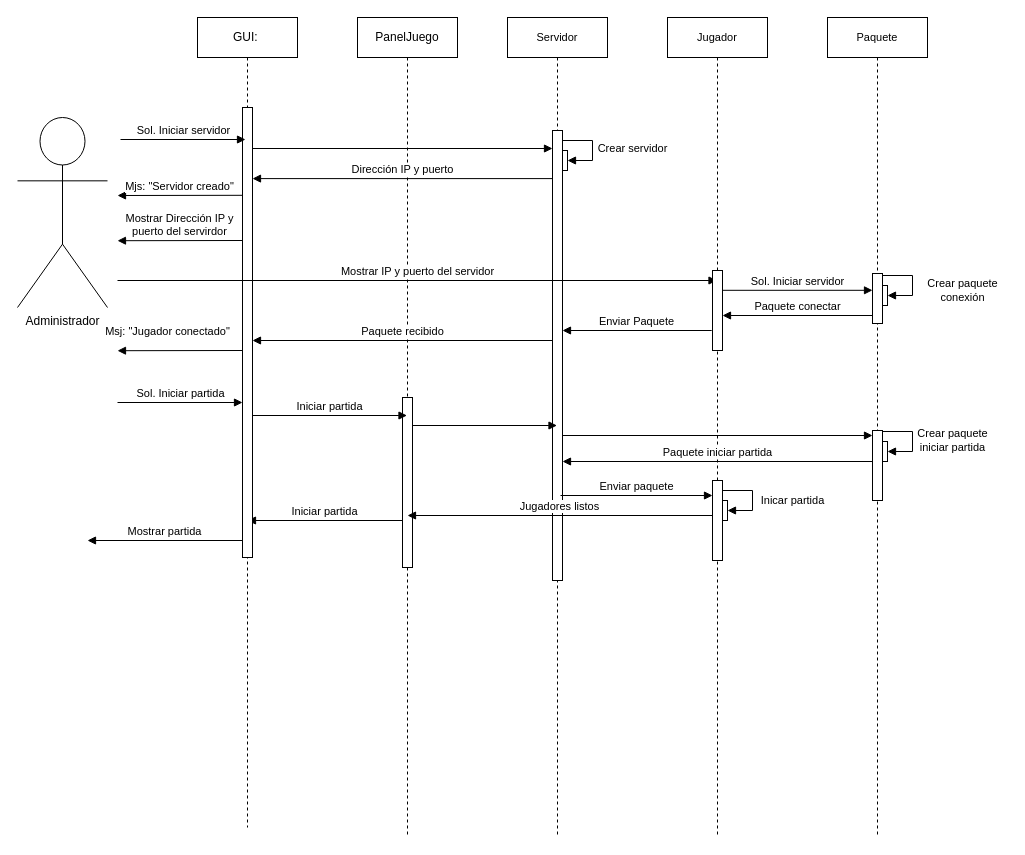
Earlier version of the draw.io diagram page "Crear Partida / Iniciar Partida - Secuencia" (6 of 9) of UML/UML.drawio (Carlos19men/EcoCrossing). Source tidied: cells renumbered, new cells numbered last; positions are measured from the earlier drawing's top-left corner, leaving out a move shared by most shapes. Both pictures are drawn from the tidied source at 100%, with x=0, y=0 at pixel (17, 17).
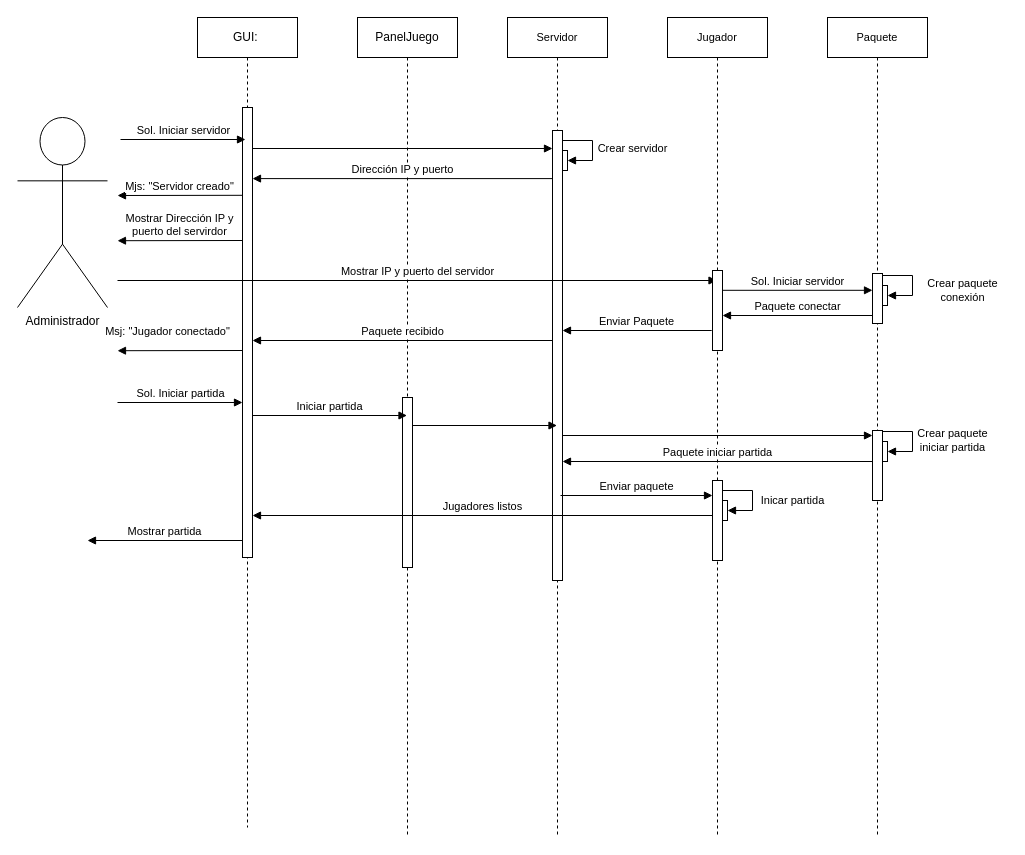
After the change.

The change refers to these unchanged cells:
```xml
<mxCell id="3" value="PanelJuego" style="shape=umlLifeline;perimeter=lifelinePerimeter;whiteSpace=wrap;html=1;" parent="1" vertex="1">
  <mxGeometry x="340" width="100" height="820" as="geometry" />
</mxCell>
<mxCell id="7" style="html=1;points=[];perimeter=orthogonalPerimeter;" parent="6" vertex="1">
  <mxGeometry x="45" y="90" width="10" height="450" as="geometry" />
</mxCell>
<mxCell id="16" value="Servidor" style="shape=umlLifeline;perimeter=lifelinePerimeter;whiteSpace=wrap;html=1;fontSize=11;" parent="1" vertex="1">
  <mxGeometry x="490" width="100" height="820" as="geometry" />
</mxCell>
```

Diff of the diagram source:
```diff
@@
-    <mxCell id="5" value="Iniciar partida" style="html=1;verticalAlign=bottom;endArrow=block;rounded=0;fontSize=11;" parent="3" edge="1">
-      <mxGeometry relative="1" as="geometry">
-        <mxPoint x="45" y="503" as="sourcePoint" />
-        <mxPoint x="-110" y="503" as="targetPoint" />
-      </mxGeometry>
-    </mxCell>
@@
-    <mxCell id="22" value="Jugadores listos" style="html=1;verticalAlign=bottom;endArrow=block;rounded=0;fontSize=11;" parent="16" edge="1">
+    <mxCell id="22" value="Jugadores listos" style="html=1;verticalAlign=bottom;endArrow=block;rounded=0;fontSize=11;" parent="16" edge="1" target="7">
       <mxGeometry relative="1" as="geometry">
         <mxPoint x="205" y="498" as="sourcePoint" />
-        <mxPoint x="-100" y="498" as="targetPoint" />
       </mxGeometry>
     </mxCell>
```
